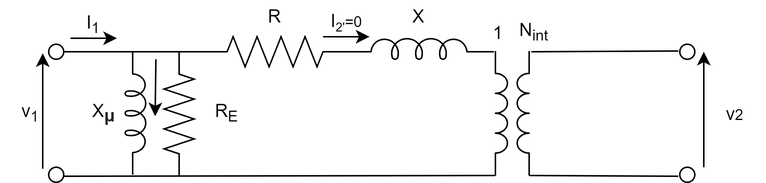
The draw.io diagram equivalent_circuit.png in Boreas3/ELEC0041---homework-3, before a commit. Source tidied: cells renumbered, new cells last; positions are measured from the earlier drawing's top-left corner, leaving out a move shared by most shapes.
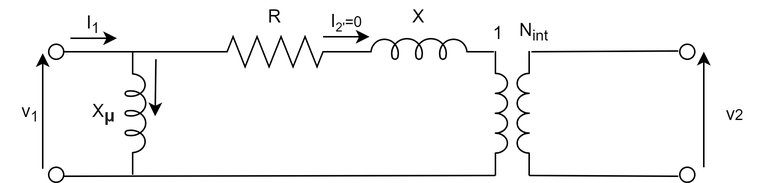
Above is the later version.

What changed in the source:
```diff
@@ -22,9 +22,6 @@
     <mxCell id="6" style="verticalLabelPosition=bottom;shadow=0;dashed=0;align=center;html=1;verticalAlign=top;shape=mxgraph.electrical.inductors.inductor_5;" parent="1" vertex="1">
       <mxGeometry x="229" y="25" width="100" height="14" as="geometry" />
     </mxCell>
-    <mxCell id="7" style="verticalLabelPosition=bottom;shadow=0;dashed=0;align=center;html=1;verticalAlign=top;shape=mxgraph.electrical.resistors.resistor_2;rotation=90;" parent="1" vertex="1">
-      <mxGeometry x="77.5" y="65.5" width="83" height="20" as="geometry" />
-    </mxCell>
     <mxCell id="8" style="verticalLabelPosition=bottom;shadow=0;dashed=0;align=center;html=1;verticalAlign=top;shape=mxgraph.electrical.inductors.inductor_3;rotation=90;" parent="1" vertex="1">
       <mxGeometry x="292.5" y="71" width="83" height="8" as="geometry" />
     </mxCell>
@@ -48,9 +45,6 @@
     <mxCell id="13" value="X" style="text;html=1;strokeColor=none;fillColor=none;align=center;verticalAlign=middle;whiteSpace=wrap;rounded=0;" parent="1" vertex="1">
       <mxGeometry x="259" width="40" height="20" as="geometry" />
     </mxCell>
-    <mxCell id="14" value="R&lt;sub&gt;E&lt;/sub&gt;" style="text;html=1;strokeColor=none;fillColor=none;align=center;verticalAlign=middle;whiteSpace=wrap;rounded=0;" parent="1" vertex="1">
-      <mxGeometry x="131" y="65" width="40" height="20" as="geometry" />
-    </mxCell>
     <mxCell id="15" value="X&lt;b style=&quot;color: rgb(32 , 33 , 34) ; font-family: sans-serif ; font-size: 14px ; background-color: rgb(255 , 255 , 255)&quot;&gt;&lt;sub&gt;μ&lt;/sub&gt;&lt;/b&gt;" style="text;html=1;strokeColor=none;fillColor=none;align=center;verticalAlign=middle;whiteSpace=wrap;rounded=0;" parent="1" vertex="1">
       <mxGeometry x="49" y="63" width="40" height="20" as="geometry" />
     </mxCell>
```
